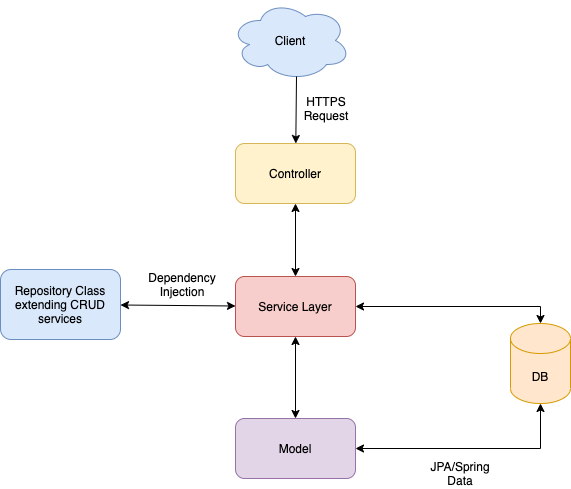
Anshul619/HLD-System-Designs keeps this draw.io diagram as src/DesignComponents/SpringBoot/assests/SpringBootArchitecture.drawio.png. Above is the earlier version. Source tidied: cells renumbered, new cells last; positions are measured from the earlier drawing's top-left corner, leaving out a move shared by most shapes.
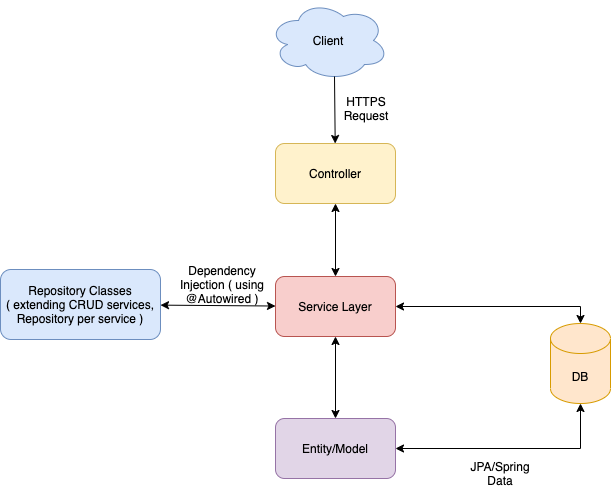
Later version of the same file.

Commit message:
Spring Boot interview question

Diff of the diagram source:
```diff
@@ -3,7 +3,7 @@
     <mxCell id="0" />
     <mxCell id="1" parent="0" />
     <mxCell id="2" value="Client" style="ellipse;shape=cloud;whiteSpace=wrap;html=1;fillColor=#dae8fc;strokeColor=#6c8ebf;" parent="1" vertex="1">
-      <mxGeometry x="230" width="120" height="80" as="geometry" />
+      <mxGeometry x="228" width="120" height="80" as="geometry" />
     </mxCell>
     <mxCell id="3" value="Controller" style="rounded=1;whiteSpace=wrap;html=1;fillColor=#fff2cc;strokeColor=#d6b656;" parent="1" vertex="1">
       <mxGeometry x="235" y="143" width="120" height="60" as="geometry" />
@@ -14,7 +14,7 @@
     <mxCell id="5" value="Service Layer" style="rounded=1;whiteSpace=wrap;html=1;fillColor=#f8cecc;strokeColor=#b85450;" parent="1" vertex="1">
       <mxGeometry x="235" y="276" width="120" height="60" as="geometry" />
     </mxCell>
-    <mxCell id="6" value="Model" style="rounded=1;whiteSpace=wrap;html=1;fillColor=#e1d5e7;strokeColor=#9673a6;" parent="1" vertex="1">
+    <mxCell id="6" value="Entity/Model" style="rounded=1;whiteSpace=wrap;html=1;fillColor=#e1d5e7;strokeColor=#9673a6;" parent="1" vertex="1">
       <mxGeometry x="235" y="418" width="120" height="60" as="geometry" />
     </mxCell>
     <mxCell id="7" style="endArrow=classic;startArrow=classic;html=1;rounded=0;entryX=0.5;entryY=1;entryDx=0;entryDy=0;exitX=0.5;exitY=0;exitDx=0;exitDy=0;" parent="1" edge="1" source="5" target="3">
@@ -23,13 +23,13 @@
     <mxCell id="8" style="endArrow=classic;startArrow=classic;html=1;rounded=0;entryX=0.5;entryY=1;entryDx=0;entryDy=0;exitX=0.5;exitY=0;exitDx=0;exitDy=0;" parent="1" edge="1" source="6" target="5">
       <mxGeometry relative="1" as="geometry" />
     </mxCell>
-    <mxCell id="9" value="Repository Class extending CRUD services" style="rounded=1;whiteSpace=wrap;html=1;fillColor=#dae8fc;strokeColor=#6c8ebf;" parent="1" vertex="1">
-      <mxGeometry y="269" width="120" height="70" as="geometry" />
+    <mxCell id="9" value="Repository Classes&lt;br&gt;( extending CRUD services, Repository per service )" style="rounded=1;whiteSpace=wrap;html=1;fillColor=#dae8fc;strokeColor=#6c8ebf;" parent="1" vertex="1">
+      <mxGeometry x="-40" y="269" width="160" height="70" as="geometry" />
     </mxCell>
     <mxCell id="10" style="endArrow=classic;startArrow=classic;html=1;rounded=0;" parent="1" edge="1" source="9" target="5">
       <mxGeometry relative="1" as="geometry" />
     </mxCell>
-    <mxCell id="11" value="Dependency Injection" style="text;html=1;strokeColor=none;fillColor=none;align=center;verticalAlign=middle;whiteSpace=wrap;rounded=0;" parent="1" vertex="1">
+    <mxCell id="11" value="Dependency Injection ( using @Autowired )" style="text;html=1;strokeColor=none;fillColor=none;align=center;verticalAlign=middle;whiteSpace=wrap;rounded=0;" parent="1" vertex="1">
       <mxGeometry x="137" y="269" width="90" height="30" as="geometry" />
     </mxCell>
     <mxCell id="12" value="DB" style="shape=cylinder3;whiteSpace=wrap;html=1;boundedLbl=1;backgroundOutline=1;size=15;fillColor=#ffe6cc;strokeColor=#d79b00;" parent="1" vertex="1">
```
